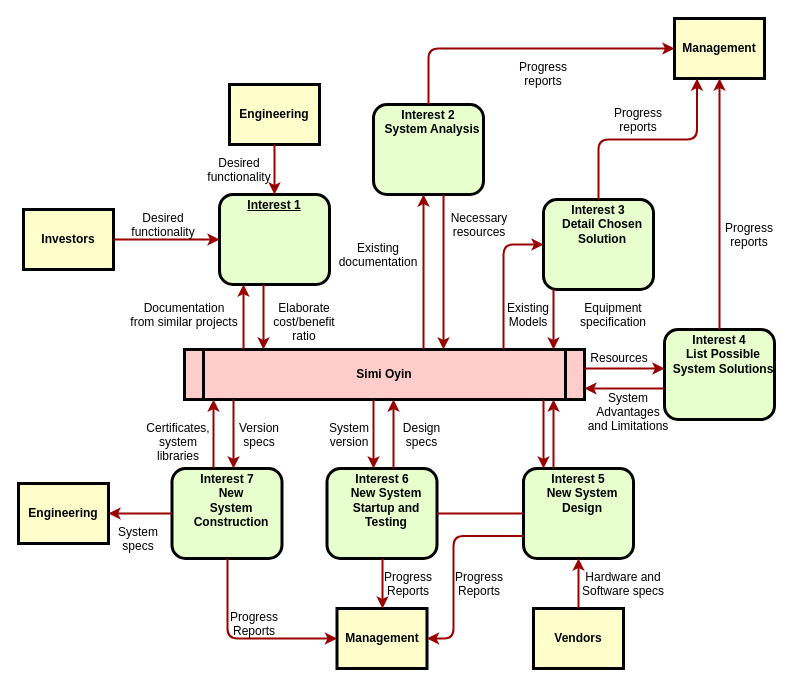
Above: Untitled Diagram.drawio in simioyin222/CapstoneProjectIdeaBoard (draw.io), before the change. Source tidied: cells renumbered, new cells numbered last; positions are measured from the earlier drawing's top-left corner, leaving out a move shared by most shapes. Both pictures are drawn from the tidied source at 100%, with x=0, y=0 at pixel (18, 18).
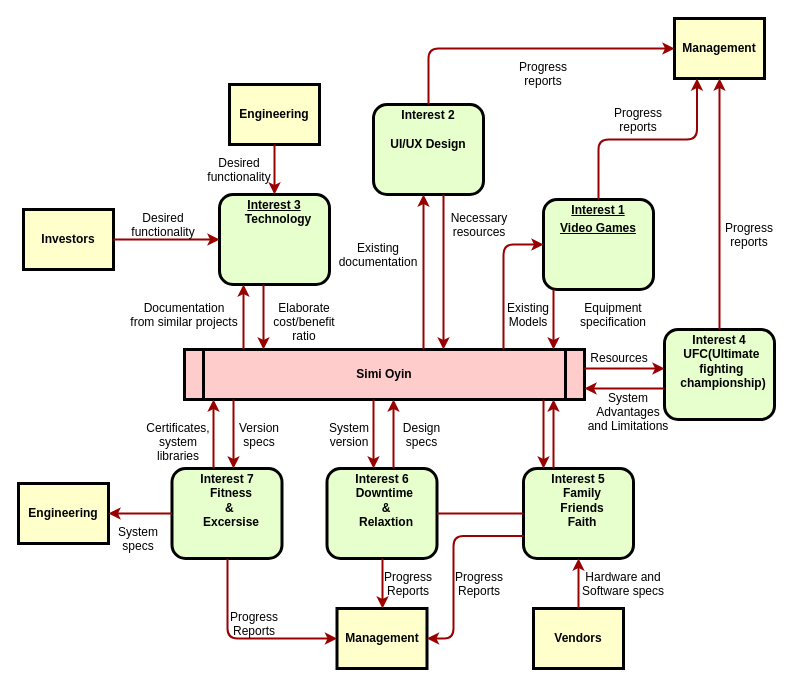
The same page after the edit.

Commit message:
update core categories

What changed in the source:
```diff
@@
-    <mxCell id="2" value="&lt;p style=&quot;margin: 0px; margin-top: 4px; text-align: center; text-decoration: underline;&quot;&gt;Interest 1&lt;/p&gt;" style="verticalAlign=middle;align=center;overflow=fill;fontSize=12;fontFamily=Helvetica;html=1;rounded=1;fontStyle=1;strokeWidth=3;fillColor=#E6FFCC;" parent="1" vertex="1">
+    <mxCell id="2" value="&lt;p style=&quot;margin: 0px; margin-top: 4px; text-align: center; text-decoration: underline;&quot;&gt;Interest 3&lt;/p&gt;&lt;p style=&quot;border-color: var(--border-color); margin: 0px 0px 0px 8px;&quot;&gt;Technology&lt;/p&gt;" style="verticalAlign=middle;align=center;overflow=fill;fontSize=12;fontFamily=Helvetica;html=1;rounded=1;fontStyle=1;strokeWidth=3;fillColor=#E6FFCC;" parent="1" vertex="1">
       <mxGeometry x="201" y="176" width="110" height="90" as="geometry" />
     </mxCell>
@@
-    <mxCell id="6" value="&lt;p style=&quot;margin: 0px; margin-top: 4px; text-align: center; text-decoration: underline;&quot;&gt;&lt;/p&gt;Interest 2&lt;p style=&quot;margin: 0px; margin-left: 8px;&quot;&gt;System Analysis&lt;/p&gt;" style="verticalAlign=middle;align=center;overflow=fill;fontSize=12;fontFamily=Helvetica;html=1;rounded=1;fontStyle=1;strokeWidth=3;fillColor=#E6FFCC;" parent="1" vertex="1">
+    <mxCell id="6" value="&lt;p style=&quot;margin: 0px; margin-top: 4px; text-align: center; text-decoration: underline;&quot;&gt;&lt;/p&gt;Interest 2&lt;br&gt;&lt;br&gt;UI/UX Design" style="verticalAlign=middle;align=center;overflow=fill;fontSize=12;fontFamily=Helvetica;html=1;rounded=1;fontStyle=1;strokeWidth=3;fillColor=#E6FFCC;" parent="1" vertex="1">
       <mxGeometry x="355" y="86" width="110" height="90" as="geometry" />
     </mxCell>
-    <mxCell id="7" value="&lt;p style=&quot;margin: 0px; margin-top: 4px; text-align: center; text-decoration: underline;&quot;&gt;&lt;/p&gt;Interest 4&lt;p style=&quot;margin: 0px; margin-left: 8px;&quot;&gt;List Possible&lt;/p&gt;&lt;p style=&quot;margin: 0px; margin-left: 8px;&quot;&gt;System Solutions&lt;/p&gt;" style="verticalAlign=middle;align=center;overflow=fill;fontSize=12;fontFamily=Helvetica;html=1;rounded=1;fontStyle=1;strokeWidth=3;fillColor=#E6FFCC;" parent="1" vertex="1">
+    <mxCell id="7" value="&lt;p style=&quot;margin: 0px; margin-top: 4px; text-align: center; text-decoration: underline;&quot;&gt;&lt;/p&gt;Interest 4&lt;p style=&quot;margin: 0px; margin-left: 8px;&quot;&gt;UFC(Ultimate&amp;nbsp;&lt;/p&gt;&lt;p style=&quot;margin: 0px; margin-left: 8px;&quot;&gt;fighting&amp;nbsp;&lt;/p&gt;&lt;p style=&quot;margin: 0px; margin-left: 8px;&quot;&gt;championship)&lt;/p&gt;" style="verticalAlign=middle;align=center;overflow=fill;fontSize=12;fontFamily=Helvetica;html=1;rounded=1;fontStyle=1;strokeWidth=3;fillColor=#E6FFCC;" parent="1" vertex="1">
       <mxGeometry x="646" y="311" width="110" height="90" as="geometry" />
     </mxCell>
-    <mxCell id="8" value="&lt;p style=&quot;margin: 0px; margin-top: 4px; text-align: center; text-decoration: underline;&quot;&gt;&lt;/p&gt;Interest 3&lt;p style=&quot;margin: 0px; margin-left: 8px;&quot;&gt;Detail Chosen&lt;/p&gt;&lt;p style=&quot;margin: 0px; margin-left: 8px;&quot;&gt;Solution&lt;/p&gt;" style="verticalAlign=middle;align=center;overflow=fill;fontSize=12;fontFamily=Helvetica;html=1;rounded=1;fontStyle=1;strokeWidth=3;fillColor=#E6FFCC;" parent="1" vertex="1">
+    <mxCell id="8" value="&lt;p style=&quot;margin: 0px; margin-top: 4px; text-align: center; text-decoration: underline;&quot;&gt;&lt;/p&gt;&lt;p style=&quot;border-color: var(--border-color); text-decoration-line: underline; margin: 4px 0px 0px;&quot;&gt;Interest 1&lt;/p&gt;&lt;p style=&quot;border-color: var(--border-color); text-decoration-line: underline; margin: 4px 0px 0px;&quot;&gt;Video Games&lt;/p&gt;" style="verticalAlign=middle;align=center;overflow=fill;fontSize=12;fontFamily=Helvetica;html=1;rounded=1;fontStyle=1;strokeWidth=3;fillColor=#E6FFCC;" parent="1" vertex="1">
       <mxGeometry x="525" y="181" width="110" height="90" as="geometry" />
     </mxCell>
-    <mxCell id="9" value="&lt;p style=&quot;margin: 0px; margin-top: 4px; text-align: center; text-decoration: underline;&quot;&gt;&lt;/p&gt;Interest 5&lt;p style=&quot;margin: 0px; margin-left: 8px;&quot;&gt;New System&lt;/p&gt;&lt;p style=&quot;margin: 0px; margin-left: 8px;&quot;&gt;Design&lt;/p&gt;" style="verticalAlign=middle;align=center;overflow=fill;fontSize=12;fontFamily=Helvetica;html=1;rounded=1;fontStyle=1;strokeWidth=3;fillColor=#E6FFCC;" parent="1" vertex="1">
+    <mxCell id="9" value="&lt;p style=&quot;margin: 0px; margin-top: 4px; text-align: center; text-decoration: underline;&quot;&gt;&lt;/p&gt;Interest 5&lt;p style=&quot;margin: 0px; margin-left: 8px;&quot;&gt;Family&lt;/p&gt;&lt;p style=&quot;margin: 0px; margin-left: 8px;&quot;&gt;Friends&lt;/p&gt;&lt;p style=&quot;margin: 0px; margin-left: 8px;&quot;&gt;Faith&lt;/p&gt;" style="verticalAlign=middle;align=center;overflow=fill;fontSize=12;fontFamily=Helvetica;html=1;rounded=1;fontStyle=1;strokeWidth=3;fillColor=#E6FFCC;" parent="1" vertex="1">
       <mxGeometry x="505" y="450" width="110" height="90" as="geometry" />
     </mxCell>
-    <mxCell id="10" value="&lt;p style=&quot;margin: 0px; margin-top: 4px; text-align: center; text-decoration: underline;&quot;&gt;&lt;/p&gt;Interest 7&lt;p style=&quot;margin: 0px; margin-left: 8px;&quot;&gt;New&lt;/p&gt;&lt;p style=&quot;margin: 0px; margin-left: 8px;&quot;&gt;System&lt;/p&gt;&lt;p style=&quot;margin: 0px; margin-left: 8px;&quot;&gt;Construction&lt;/p&gt;" style="verticalAlign=middle;align=center;overflow=fill;fontSize=12;fontFamily=Helvetica;html=1;rounded=1;fontStyle=1;strokeWidth=3;fillColor=#E6FFCC;" parent="1" vertex="1">
+    <mxCell id="10" value="&lt;p style=&quot;margin: 0px; margin-top: 4px; text-align: center; text-decoration: underline;&quot;&gt;&lt;/p&gt;Interest 7&lt;p style=&quot;margin: 0px; margin-left: 8px;&quot;&gt;Fitness&lt;/p&gt;&lt;p style=&quot;margin: 0px; margin-left: 8px;&quot;&gt;&amp;amp;&amp;nbsp;&lt;/p&gt;&lt;p style=&quot;margin: 0px; margin-left: 8px;&quot;&gt;Excersise&lt;/p&gt;" style="verticalAlign=middle;align=center;overflow=fill;fontSize=12;fontFamily=Helvetica;html=1;rounded=1;fontStyle=1;strokeWidth=3;fillColor=#E6FFCC;" parent="1" vertex="1">
       <mxGeometry x="153.5" y="450" width="110" height="90" as="geometry" />
     </mxCell>
@@
-    <mxCell id="17" value="&lt;p style=&quot;margin: 0px; margin-top: 4px; text-align: center; text-decoration: underline;&quot;&gt;&lt;/p&gt;Interest 6&lt;p style=&quot;margin: 0px; margin-left: 8px;&quot;&gt;New System&lt;/p&gt;&lt;p style=&quot;margin: 0px; margin-left: 8px;&quot;&gt;Startup and&lt;/p&gt;&lt;p style=&quot;margin: 0px; margin-left: 8px;&quot;&gt;Testing&lt;/p&gt;" style="verticalAlign=middle;align=center;overflow=fill;fontSize=12;fontFamily=Helvetica;html=1;rounded=1;fontStyle=1;strokeWidth=3;fillColor=#E6FFCC;" parent="1" vertex="1">
+    <mxCell id="17" value="&lt;p style=&quot;margin: 0px; margin-top: 4px; text-align: center; text-decoration: underline;&quot;&gt;&lt;/p&gt;Interest 6&lt;p style=&quot;margin: 0px; margin-left: 8px;&quot;&gt;Downtime&amp;nbsp;&lt;/p&gt;&lt;p style=&quot;margin: 0px; margin-left: 8px;&quot;&gt;&amp;amp;&lt;/p&gt;&lt;p style=&quot;margin: 0px; margin-left: 8px;&quot;&gt;Relaxtion&lt;/p&gt;" style="verticalAlign=middle;align=center;overflow=fill;fontSize=12;fontFamily=Helvetica;html=1;rounded=1;fontStyle=1;strokeWidth=3;fillColor=#E6FFCC;" parent="1" vertex="1">
       <mxGeometry x="308.5" y="450" width="110" height="90" as="geometry" />
     </mxCell>
```
